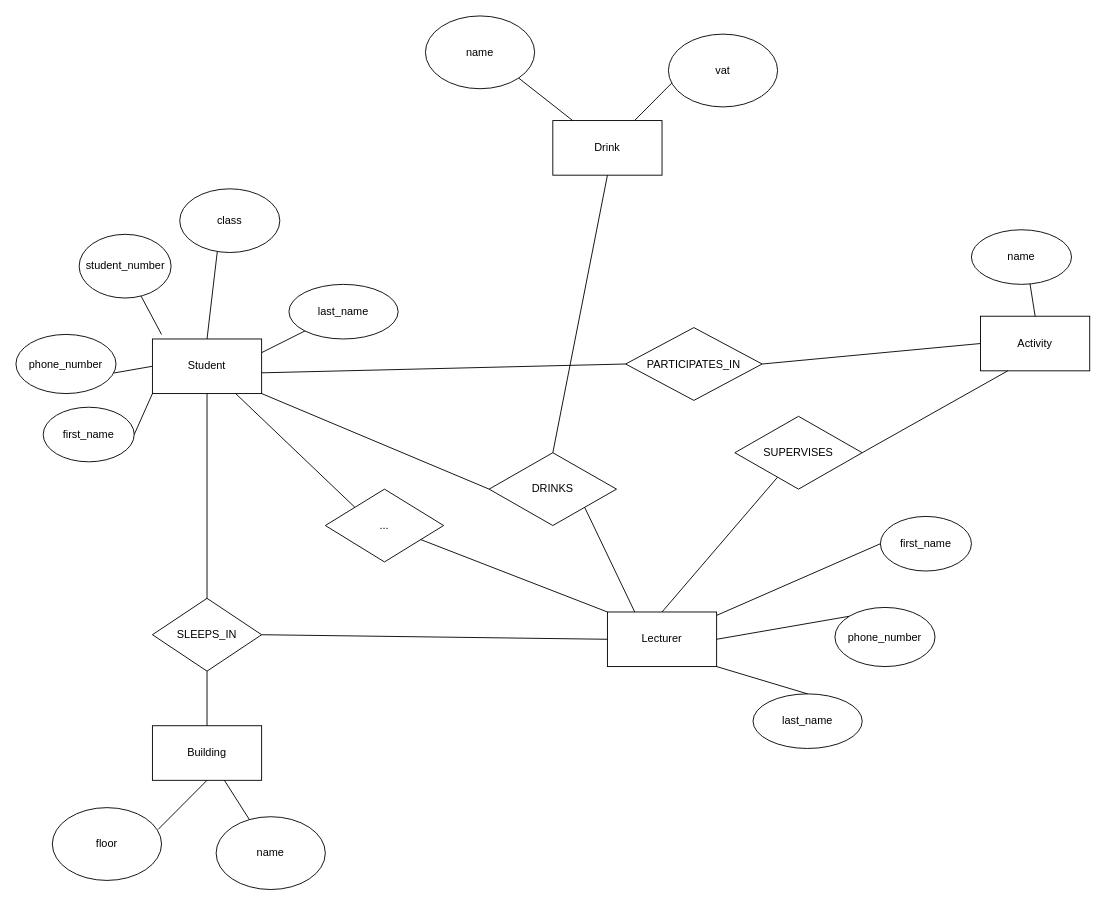
Above: DatabasesERDdiagram.drawio in tnb1604/DatabasesProject (draw.io), before the change. Source tidied: cells renumbered, new cells numbered last; positions are measured from the earlier drawing's top-left corner, leaving out a move shared by most shapes. Both pictures are drawn from the tidied source at 91%, with x=0, y=0 at pixel (15, 15).
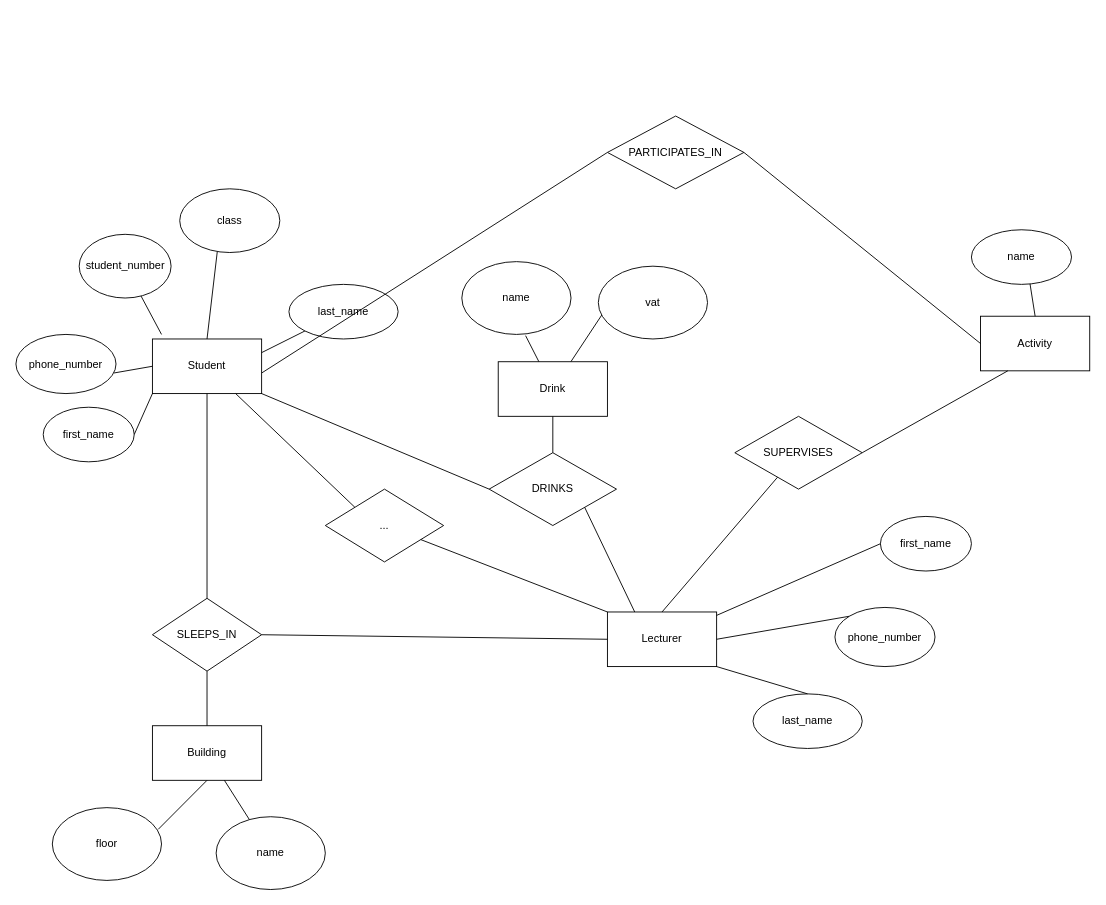
The same diagram, later.

The edit, as a diff of the source:
```diff
@@
     <mxCell id="5" value="Drink" style="rounded=0;whiteSpace=wrap;html=1;" parent="1" vertex="1">
-      <mxGeometry x="590" y="115" width="120" height="60" as="geometry" />
+      <mxGeometry x="530" y="380" width="120" height="60" as="geometry" />
     </mxCell>
@@
     <mxCell id="22" value="name" style="ellipse;whiteSpace=wrap;html=1;" parent="1" vertex="1">
-      <mxGeometry x="450" width="120" height="80" as="geometry" />
+      <mxGeometry x="490" y="270" width="120" height="80" as="geometry" />
     </mxCell>
     <mxCell id="23" value="vat" style="ellipse;whiteSpace=wrap;html=1;" parent="1" vertex="1">
-      <mxGeometry x="717" y="20" width="120" height="80" as="geometry" />
+      <mxGeometry x="640" y="275" width="120" height="80" as="geometry" />
     </mxCell>
-    <mxCell id="24" style="endArrow=none;html=1;rounded=0;entryX=1;entryY=1;entryDx=0;entryDy=0;" parent="1" edge="1" source="5" target="22">
+    <mxCell id="24" style="endArrow=none;html=1;rounded=0;entryX=0.584;entryY=1.017;entryDx=0;entryDy=0;entryPerimeter=0;" parent="1" edge="1" source="5" target="22">
       <mxGeometry relative="1" as="geometry" />
     </mxCell>
@@
     <mxCell id="48" value="PARTICIPATES_IN" style="rhombus;whiteSpace=wrap;html=1;" parent="1" vertex="1">
-      <mxGeometry x="670" y="342.5" width="150" height="80" as="geometry" />
+      <mxGeometry x="650" y="110" width="150" height="80" as="geometry" />
     </mxCell>
```
